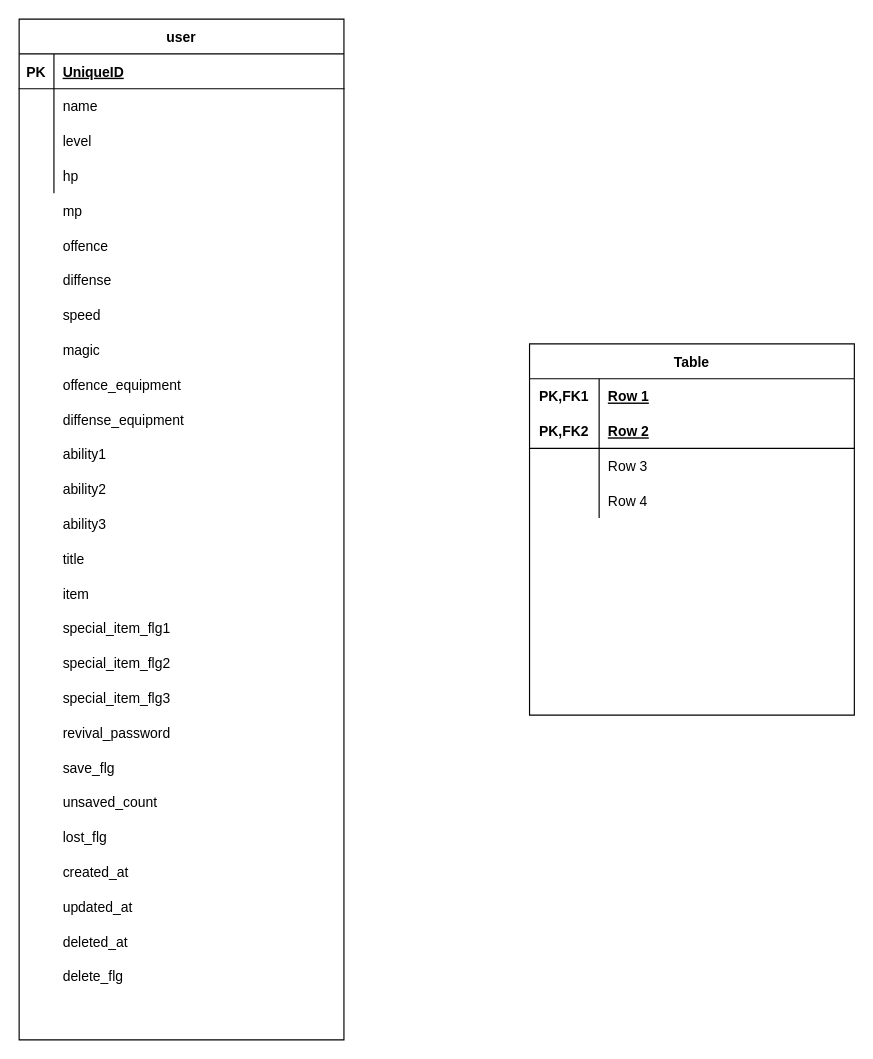
The draw.io diagram doc/db.drawio in FumihiroMaejima/vue_rpg_admin, before the edit. Source tidied: cells renumbered, new cells numbered last; positions are measured from the earlier drawing's top-left corner, leaving out a move shared by most shapes. Both pictures are drawn from the tidied source at 116%, with x=0, y=0 at pixel (19, 19).
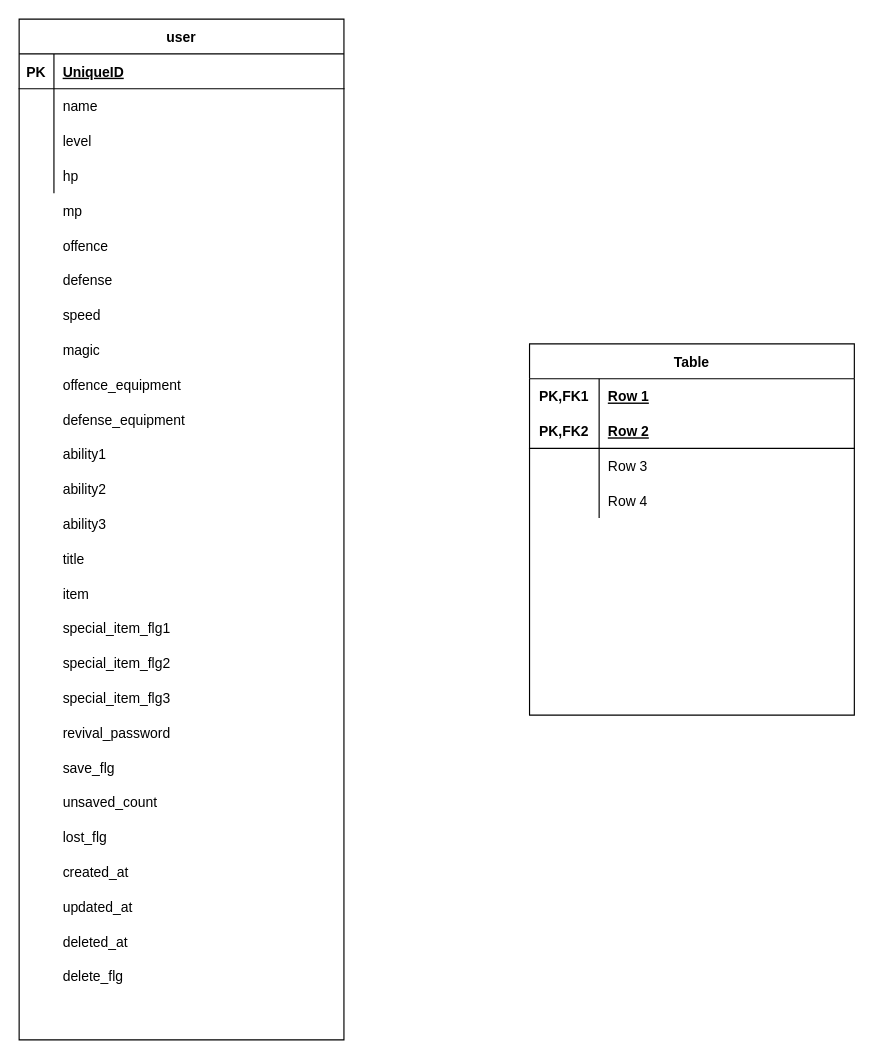
Above is the later version.

Change to the diagram source:
```diff
@@
-    <mxCell id="31" value="diffense" style="shape=partialRectangle;fillColor=none;top=0;left=0;bottom=0;right=0;align=left;spacingLeft=6;overflow=hidden;" parent="28" vertex="1">
+    <mxCell id="31" value="defense" style="shape=partialRectangle;fillColor=none;top=0;left=0;bottom=0;right=0;align=left;spacingLeft=6;overflow=hidden;" parent="28" vertex="1">
       <mxGeometry x="30" y="210" width="250" height="30" as="geometry" />
     </mxCell>
@@
-    <mxCell id="35" value="diffense_equipment" style="shape=partialRectangle;fillColor=none;top=0;left=0;bottom=0;right=0;align=left;spacingLeft=6;overflow=hidden;" parent="28" vertex="1">
+    <mxCell id="35" value="defense_equipment" style="shape=partialRectangle;fillColor=none;top=0;left=0;bottom=0;right=0;align=left;spacingLeft=6;overflow=hidden;" parent="28" vertex="1">
       <mxGeometry x="30" y="330" width="250" height="30" as="geometry" />
     </mxCell>
```
